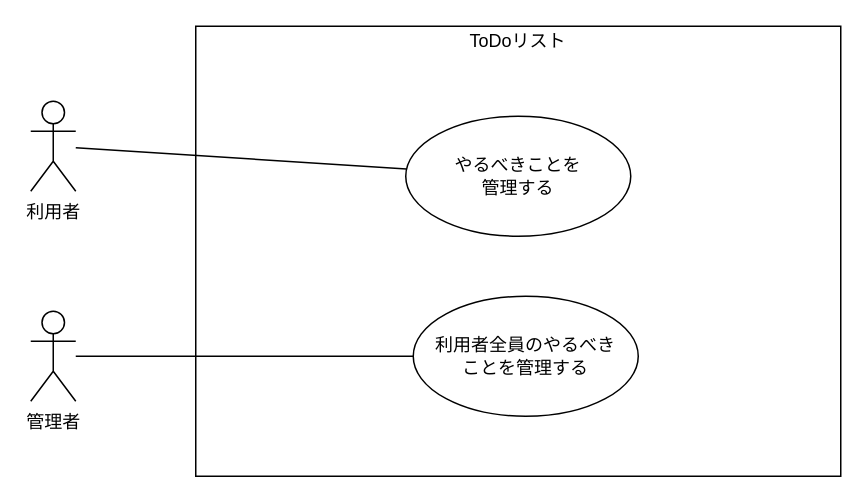
Before: portfolio03/01/requirement_definition/usecase/portfolio03_01_usecase.drawio in RRRYOOO/portfolio, a draw.io diagram. Source tidied: cells renumbered, new cells numbered last; positions are measured from the earlier drawing's top-left corner, leaving out a move shared by most shapes. Both pictures are drawn from the tidied source at 150%, with x=0, y=0 at pixel (30, 26).
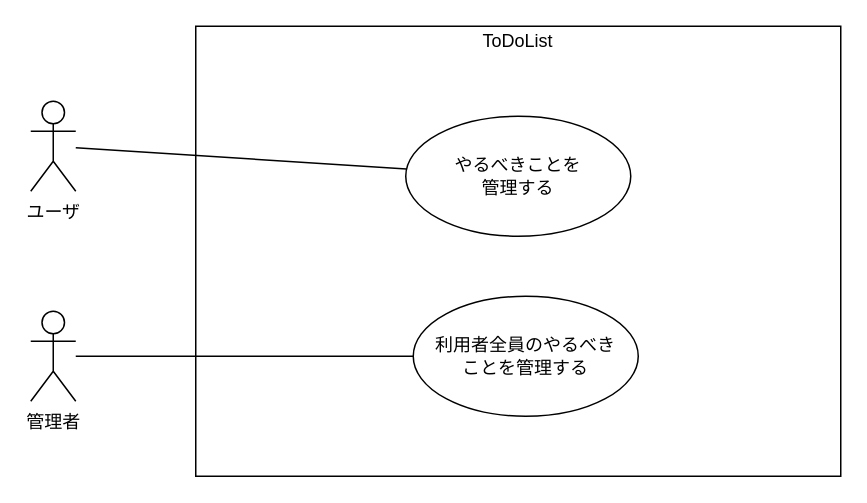
After the change.

Commit message (it also covers changes not shown here):
clerical error correction.

Change to the diagram source:
```diff
@@
 <mxGraphModel>
   <root>
     <mxCell id="0" />
     <mxCell id="1" parent="0" />
     <mxCell id="2" style="rounded=0;whiteSpace=wrap;html=1;" parent="1" vertex="1">
       <mxGeometry x="110" width="430" height="300" as="geometry" />
     </mxCell>
-    <mxCell id="3" value="利用者" style="shape=umlActor;verticalLabelPosition=bottom;verticalAlign=top;html=1;outlineConnect=0;" parent="1" vertex="1">
+    <mxCell id="3" value="ユーザ" style="shape=umlActor;verticalLabelPosition=bottom;verticalAlign=top;html=1;outlineConnect=0;" parent="1" vertex="1">
       <mxGeometry y="50" width="30" height="60" as="geometry" />
     </mxCell>
     <mxCell id="4" value="管理者" style="shape=umlActor;verticalLabelPosition=bottom;verticalAlign=top;html=1;outlineConnect=0;" parent="1" vertex="1">
       <mxGeometry y="190" width="30" height="60" as="geometry" />
     </mxCell>
     <mxCell id="5" style="group;" parent="1" vertex="1">
       <mxGeometry x="280" y="60" width="120" height="80" as="geometry" />
     </mxCell>
     <mxCell id="6" style="ellipse;whiteSpace=wrap;html=1;" parent="5" vertex="1">
       <mxGeometry x="-30" width="150" height="80" as="geometry" />
     </mxCell>
     <mxCell id="7" value="やるべきことを管理する" style="text;html=1;strokeColor=none;fillColor=none;align=center;verticalAlign=middle;whiteSpace=wrap;rounded=0;" parent="5" vertex="1">
       <mxGeometry y="30" width="90" height="20" as="geometry" />
     </mxCell>
     <mxCell id="8" style="ellipse;whiteSpace=wrap;html=1;" parent="1" vertex="1">
       <mxGeometry x="255" y="180" width="150" height="80" as="geometry" />
     </mxCell>
     <mxCell id="9" value="利用者全員のやるべきことを管理する" style="text;html=1;strokeColor=none;fillColor=none;align=center;verticalAlign=middle;whiteSpace=wrap;rounded=0;" parent="1" vertex="1">
       <mxGeometry x="265" y="200" width="130" height="40" as="geometry" />
     </mxCell>
     <mxCell id="10" style="endArrow=none;html=1;" parent="1" edge="1" source="3" target="6">
       <mxGeometry relative="1" as="geometry" />
     </mxCell>
     <mxCell id="11" style="endArrow=none;html=1;exitX=0;exitY=0.5;exitDx=0;exitDy=0;" parent="1" edge="1" source="8" target="4">
       <mxGeometry relative="1" as="geometry" />
     </mxCell>
-    <mxCell id="12" value="ToDoリスト" style="text;html=1;strokeColor=none;fillColor=none;align=center;verticalAlign=middle;whiteSpace=wrap;rounded=0;" parent="1" vertex="1">
+    <mxCell id="12" value="ToDoList" style="text;html=1;strokeColor=none;fillColor=none;align=center;verticalAlign=middle;whiteSpace=wrap;rounded=0;" parent="1" vertex="1">
       <mxGeometry x="280" width="90" height="20" as="geometry" />
     </mxCell>
   </root>
 </mxGraphModel>
```
